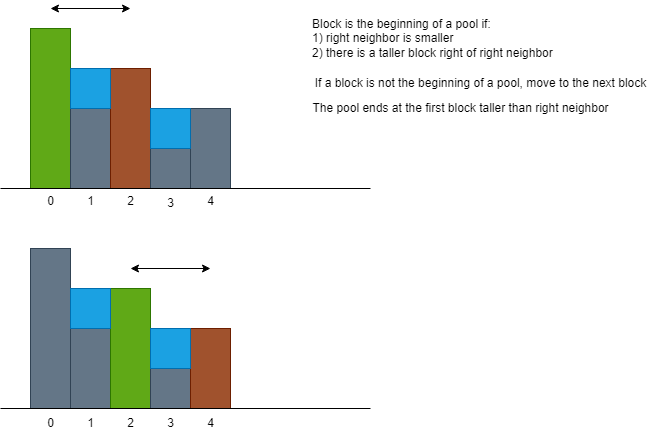
Before: Neetcode150/img/TrappingRainWater.png, a diagram exported from draw.io (ashiven/leetcode-solutions). Source tidied: cells renumbered, new cells last; positions are measured from the earlier drawing's top-left corner, leaving out a move shared by most shapes.
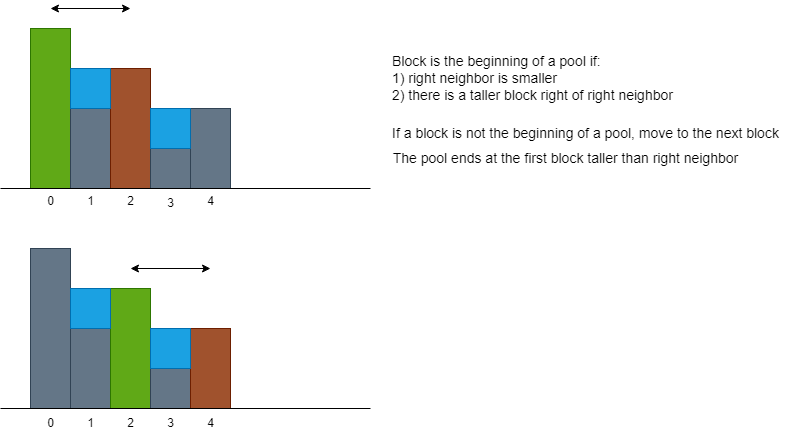
The same file after the commit.

What changed in the source:
```diff
@@ -98,14 +98,14 @@
         <mxPoint y="400" as="targetPoint" />
       </mxGeometry>
     </mxCell>
-    <mxCell id="30" value="Block is the beginning of a pool if:&lt;br&gt;1) right neighbor is smaller&lt;br&gt;2) there is a taller block right of right neighbor" style="text;html=1;align=left;verticalAlign=middle;strokeColor=none;fillColor=none;fontColor=#000000;" parent="1" vertex="1">
-      <mxGeometry x="310" width="260" height="60" as="geometry" />
+    <mxCell id="30" value="Block is the beginning of a pool if:&lt;br style=&quot;font-size: 14px;&quot;&gt;1) right neighbor is smaller&lt;br style=&quot;font-size: 14px;&quot;&gt;2) there is a taller block right of right neighbor" style="text;html=1;align=left;verticalAlign=middle;strokeColor=none;fillColor=none;fontColor=#000000;fontSize=14;" parent="1" vertex="1">
+      <mxGeometry x="390" y="40" width="300" height="60" as="geometry" />
     </mxCell>
-    <mxCell id="31" value="&lt;font color=&quot;#000000&quot;&gt;The pool ends at the first block taller than right neighbor&lt;/font&gt;" style="text;html=1;align=center;verticalAlign=middle;strokeColor=none;fillColor=none;" parent="1" vertex="1">
-      <mxGeometry x="300" y="85" width="320" height="30" as="geometry" />
+    <mxCell id="31" value="&lt;font color=&quot;#000000&quot; style=&quot;font-size: 14px;&quot;&gt;The pool ends at the first block taller than right neighbor&lt;/font&gt;" style="text;html=1;align=center;verticalAlign=middle;strokeColor=none;fillColor=none;fontSize=14;" parent="1" vertex="1">
+      <mxGeometry x="380" y="135" width="370" height="30" as="geometry" />
     </mxCell>
-    <mxCell id="32" value="&lt;font color=&quot;#000000&quot;&gt;If a block is not the beginning of a pool, move to the next block&lt;/font&gt;" style="text;html=1;align=center;verticalAlign=middle;strokeColor=none;fillColor=none;" parent="1" vertex="1">
-      <mxGeometry x="300" y="60" width="360" height="30" as="geometry" />
+    <mxCell id="32" value="&lt;font color=&quot;#000000&quot; style=&quot;font-size: 14px;&quot;&gt;If a block is not the beginning of a pool, move to the next block&lt;/font&gt;" style="text;html=1;align=center;verticalAlign=middle;strokeColor=none;fillColor=none;fontSize=14;" parent="1" vertex="1">
+      <mxGeometry x="380" y="110" width="410" height="30" as="geometry" />
     </mxCell>
   </root>
 </mxGraphModel>
```
